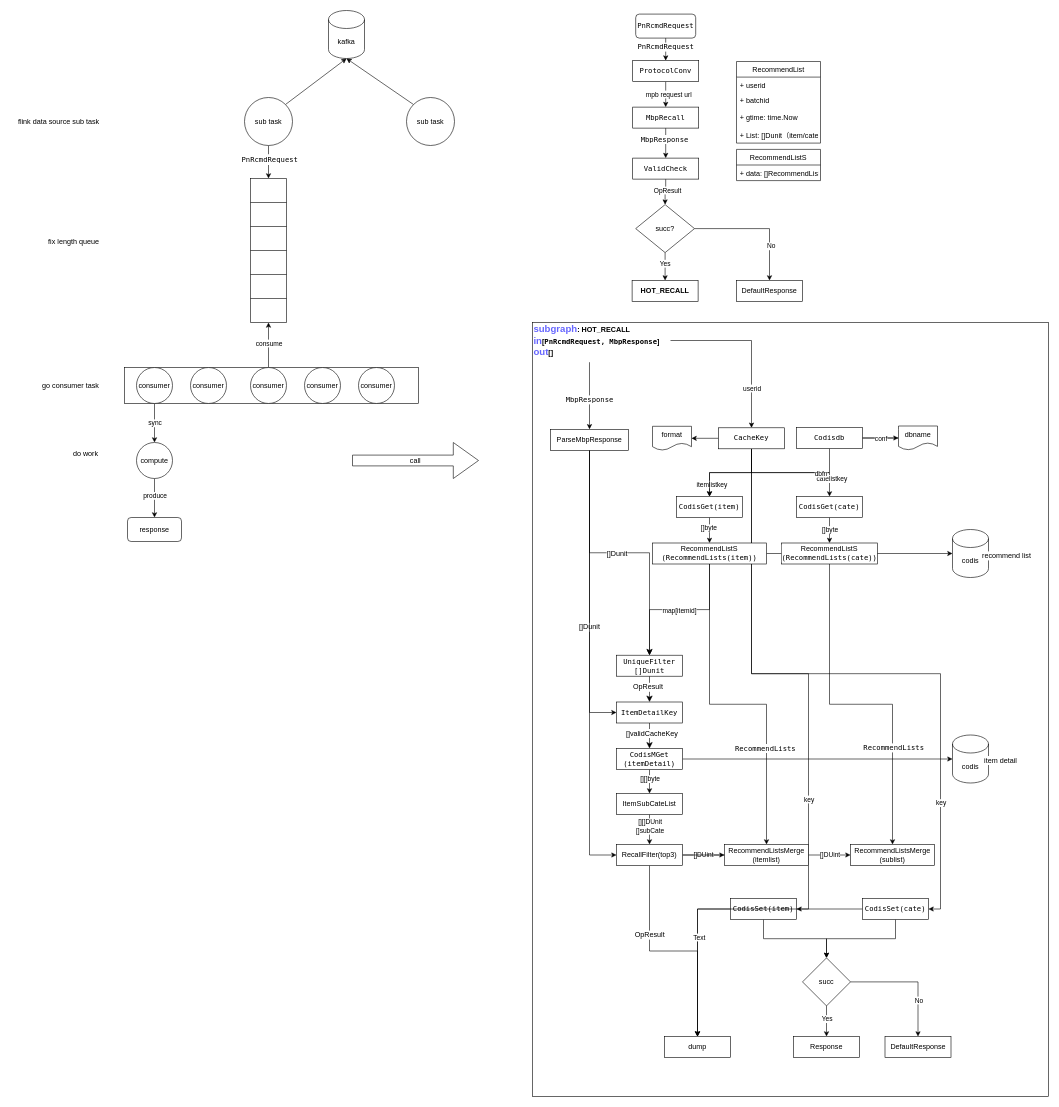
hpsdy/diagram keeps this draw.io diagram as tutu/hotdeals.drawio. Above is the earlier version. Source tidied: cells renumbered, new cells numbered last; positions are measured from the earlier drawing's top-left corner, leaving out a move shared by most shapes. Both pictures are drawn from the tidied source at 60%, with x=0, y=0 at pixel (10, 10).
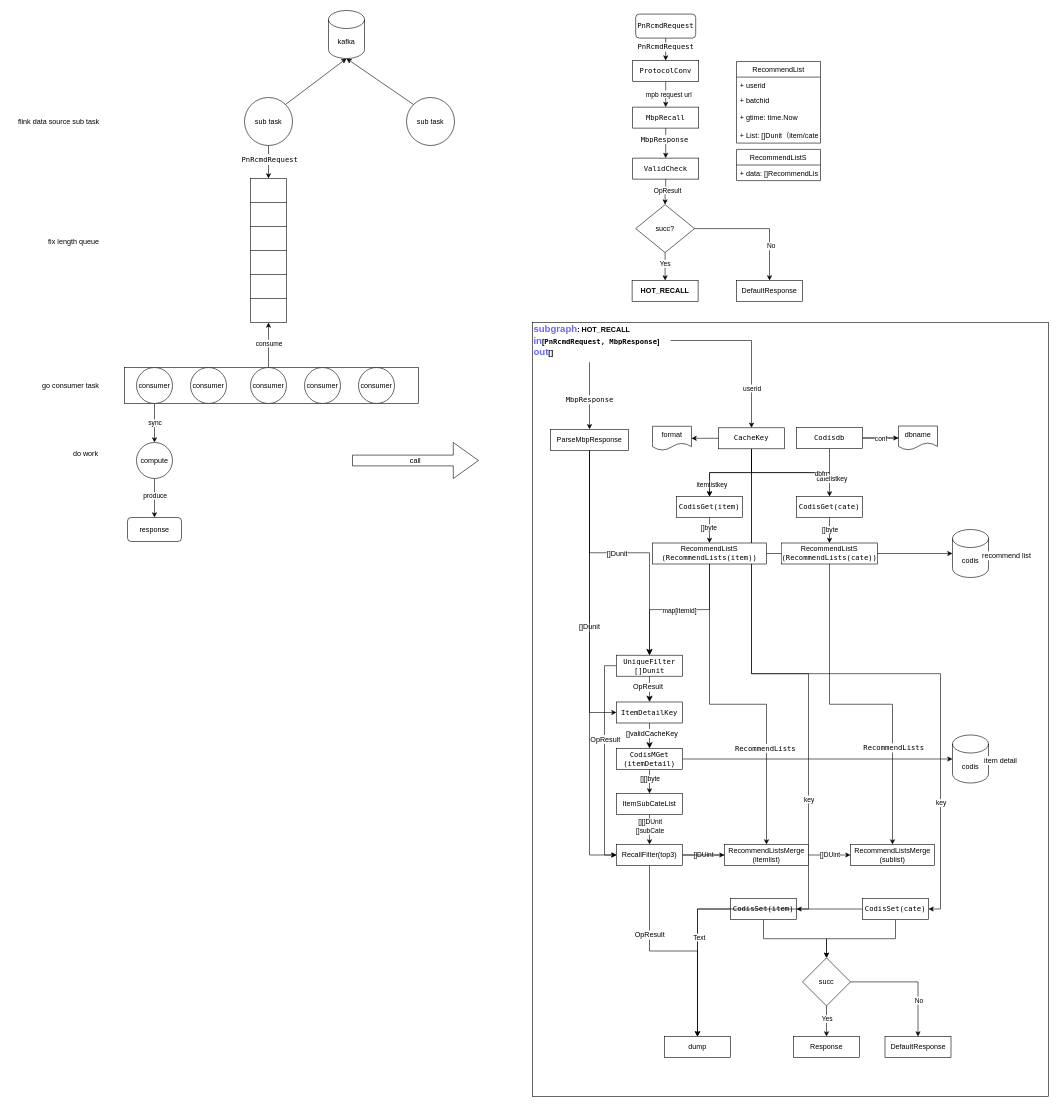
The same page after the edit.

The change refers to these unchanged cells:
```xml
<mxCell id="74" value="&lt;font face=&quot;Menlo, Monaco, Courier New, monospace&quot;&gt;UniqueFilter&lt;br&gt;[]Dunit&lt;br&gt;&lt;/font&gt;" style="rounded=0;whiteSpace=wrap;html=1;labelBackgroundColor=#FFFFFF;fontColor=#000000;" parent="1" vertex="1">
  <mxGeometry x="1010" y="1074.5" width="110" height="35" as="geometry" />
</mxCell>
<mxCell id="130" value="RecallFilter(top3)" style="rounded=0;whiteSpace=wrap;html=1;labelBackgroundColor=#FFFFFF;fontColor=#000000;" parent="1" vertex="1">
  <mxGeometry x="1010" y="1390" width="110" height="35" as="geometry" />
</mxCell>
```

The edit, as a diff of the source:
```diff
@@
+    <mxCell id="152" style="edgeStyle=orthogonalEdgeStyle;rounded=0;jettySize=auto;html=1;exitX=0;exitY=0.5;exitDx=0;exitDy=0;entryX=0;entryY=0.5;entryDx=0;entryDy=0;" parent="1" edge="1" source="74" target="130">
+      <mxGeometry relative="1" as="geometry" />
+    </mxCell>
+    <mxCell id="153" value="&lt;span style=&quot;font-size: 12px;&quot;&gt;OpResult&amp;nbsp;&lt;/span&gt;" style="edgeLabel;html=1;align=center;verticalAlign=middle;" parent="152" vertex="1">
+      <mxGeometry x="-0.2" y="-1" relative="1" as="geometry">
+        <mxPoint x="3" as="offset" />
+      </mxGeometry>
+    </mxCell>
```
